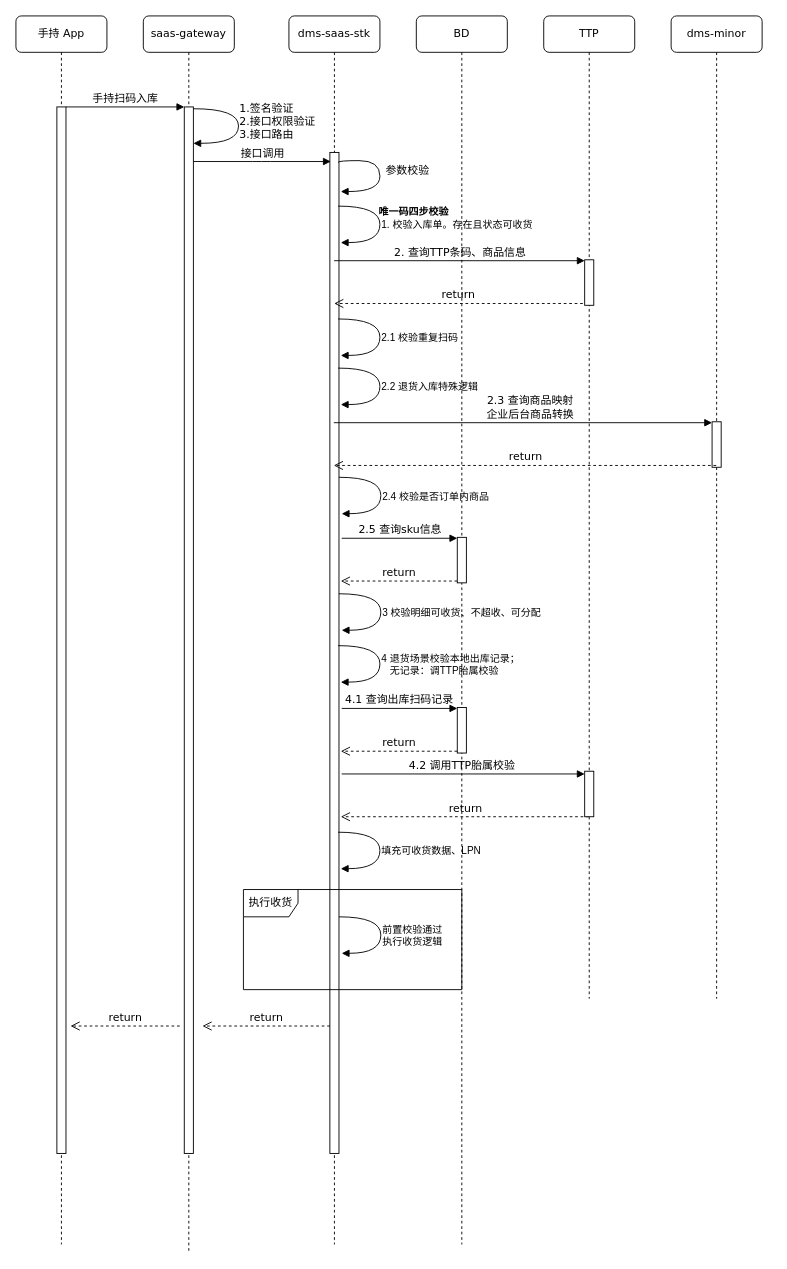
The draw.io diagram file/马牌手持扫码泳道图.drawio in Pzz-2021/learn_server, before the edit. Source tidied: cells renumbered, new cells numbered last; positions are measured from the earlier drawing's top-left corner, leaving out a move shared by most shapes. Both pictures are drawn from the tidied source at 91%, with x=0, y=0 at pixel (15, 15).
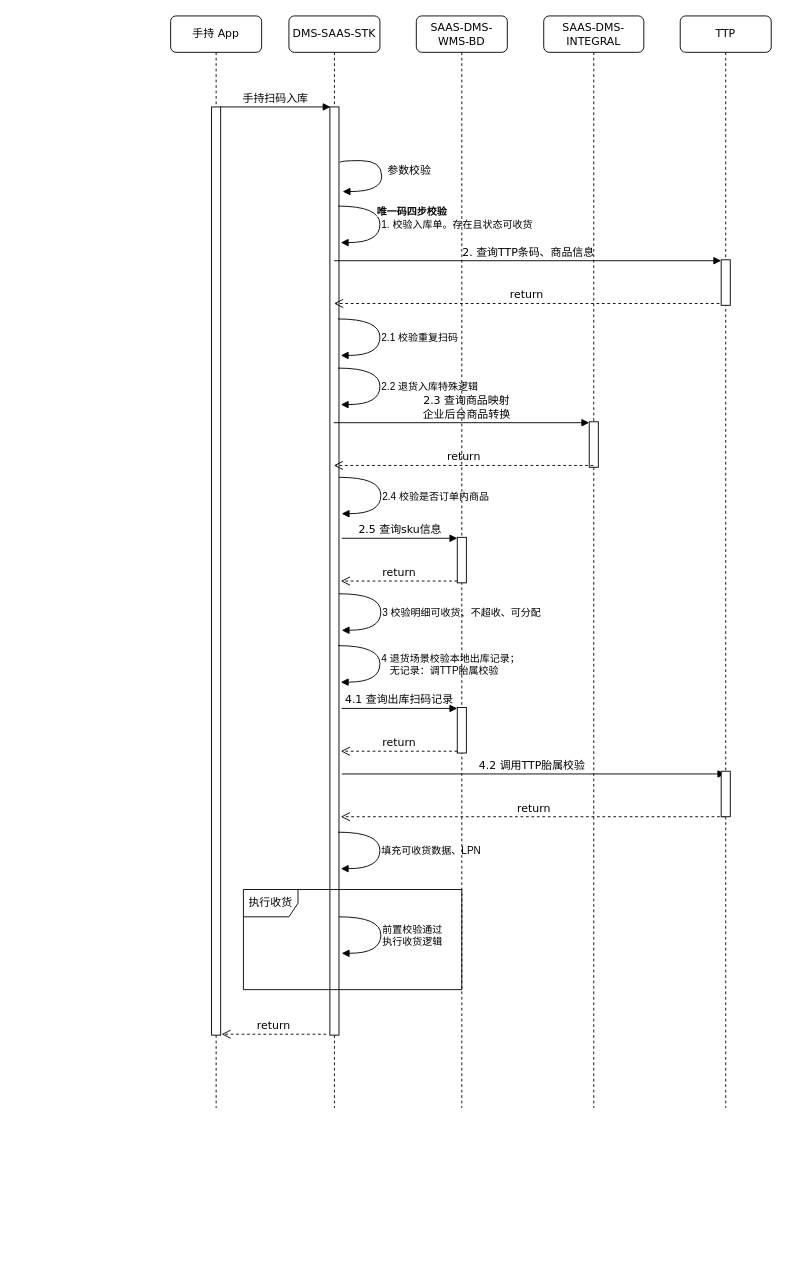
After the change.

Commit message:
更新马牌手持扫码泳道图.drawio

What changed in the source:
```diff
@@
-    <mxCell id="2" value="saas-gateway" style="shape=umlLifeline;perimeter=lifelinePerimeter;whiteSpace=wrap;html=1;rounded=1;shadow=0;comic=0;labelBackgroundColor=none;strokeWidth=1;fontFamily=Verdana;fontSize=12;align=center;" parent="1" vertex="1">
-      <mxGeometry x="140" width="100" height="1360" as="geometry" />
-    </mxCell>
-    <mxCell id="3" style="html=1;points=[];perimeter=orthogonalPerimeter;rounded=0;shadow=0;comic=0;labelBackgroundColor=none;strokeWidth=1;fontFamily=Verdana;fontSize=12;align=center;" parent="2" vertex="1">
-      <mxGeometry x="45" y="100" width="10" height="1150" as="geometry" />
-    </mxCell>
-    <mxCell id="4" value="dms-saas-stk" style="shape=umlLifeline;perimeter=lifelinePerimeter;whiteSpace=wrap;html=1;outlineConnect=0;rounded=1;shadow=0;comic=0;labelBackgroundColor=none;strokeWidth=1;fontFamily=Verdana;fontSize=12;align=center;" parent="1" vertex="1">
-      <mxGeometry x="300" width="100" height="1350" as="geometry" />
+    <mxCell id="4" value="DMS-SAAS-STK" style="shape=umlLifeline;perimeter=lifelinePerimeter;whiteSpace=wrap;html=1;outlineConnect=0;rounded=1;shadow=0;comic=0;labelBackgroundColor=none;strokeWidth=1;fontFamily=Verdana;fontSize=12;align=center;" parent="1" vertex="1">
+      <mxGeometry x="300" width="100" height="1200" as="geometry" />
     </mxCell>
     <mxCell id="5" style="html=1;points=[];perimeter=orthogonalPerimeter;rounded=0;shadow=0;comic=0;labelBackgroundColor=none;strokeWidth=1;fontFamily=Verdana;fontSize=12;align=center;" parent="4" vertex="1">
-      <mxGeometry x="45" y="150" width="10" height="1100" as="geometry" />
+      <mxGeometry x="45" y="100" width="10" height="1020" as="geometry" />
     </mxCell>
-    <mxCell id="6" value="参数校验" style="html=1;verticalAlign=bottom;endArrow=block;labelBackgroundColor=none;fontFamily=Verdana;fontSize=12;elbow=vertical;edgeStyle=orthogonalEdgeStyle;curved=1;exitX=0.9;exitY=0.01;exitPerimeter=0;exitDx=0;exitDy=0;" parent="4" edge="1" source="5">
+    <mxCell id="6" value="参数校验" style="html=1;verticalAlign=bottom;endArrow=block;labelBackgroundColor=none;fontFamily=Verdana;fontSize=12;elbow=vertical;edgeStyle=orthogonalEdgeStyle;curved=1;exitX=0.9;exitY=0.01;exitPerimeter=0;exitDx=0;exitDy=0;" parent="4" edge="1">
       <mxGeometry x="0.09" y="30" relative="1" as="geometry">
-        <mxPoint x="57" y="193" as="targetPoint" />
+        <mxPoint x="56" y="161" as="sourcePoint" />
+        <mxPoint x="59" y="193" as="targetPoint" />
         <Array as="points">
-          <mxPoint x="100" y="159" />
-          <mxPoint x="100" y="193" />
+          <mxPoint x="102" y="159" />
+          <mxPoint x="102" y="193" />
         </Array>
       </mxGeometry>
     </mxCell>
@@
-    <mxCell id="24" value="BD" style="shape=umlLifeline;perimeter=lifelinePerimeter;whiteSpace=wrap;html=1;rounded=1;shadow=0;comic=0;labelBackgroundColor=none;strokeWidth=1;fontFamily=Verdana;fontSize=12;align=center;" parent="1" vertex="1">
-      <mxGeometry x="440" width="100" height="1350" as="geometry" />
+    <mxCell id="24" value="SAAS-DMS-WMS-BD" style="shape=umlLifeline;perimeter=lifelinePerimeter;whiteSpace=wrap;html=1;rounded=1;shadow=0;comic=0;labelBackgroundColor=none;strokeWidth=1;fontFamily=Verdana;fontSize=12;align=center;" parent="1" vertex="1">
+      <mxGeometry x="440" width="100" height="1200" as="geometry" />
     </mxCell>
@@
-    <mxCell id="31" value="4.2 调用TTP胎属校验" style="html=1;verticalAlign=bottom;endArrow=block;labelBackgroundColor=none;fontFamily=Verdana;fontSize=12;entryX=0;entryY=0.02;entryDx=0;entryDy=0;entryPerimeter=0;" parent="24" edge="1">
+    <mxCell id="31" value="4.2 调用TTP胎属校验" style="html=1;verticalAlign=bottom;endArrow=block;labelBackgroundColor=none;fontFamily=Verdana;fontSize=12;" parent="24" edge="1" target="33">
       <mxGeometry x="-0.01" relative="1" as="geometry">
         <mxPoint x="-82" y="833" as="sourcePoint" />
-        <mxPoint x="185" y="833" as="targetPoint" />
       </mxGeometry>
     </mxCell>
-    <mxCell id="32" value="return" style="html=1;verticalAlign=bottom;endArrow=open;dashed=1;endSize=8;labelBackgroundColor=none;fontFamily=Verdana;fontSize=12;" parent="24" edge="1">
+    <mxCell id="32" value="return" style="html=1;verticalAlign=bottom;endArrow=open;dashed=1;endSize=8;labelBackgroundColor=none;fontFamily=Verdana;fontSize=12;" parent="24" edge="1" source="33">
       <mxGeometry relative="1" as="geometry">
-        <mxPoint x="189.5" y="880" as="sourcePoint" />
         <mxPoint x="-83" y="880" as="targetPoint" />
       </mxGeometry>
     </mxCell>
+    <mxCell id="45" value="&lt;span style=&quot;font-size: 11px; text-align: left; background-color: rgb(255, 255, 255);&quot;&gt;&lt;b&gt;唯一码四步校验&lt;/b&gt;&lt;/span&gt;" style="text;html=1;align=center;verticalAlign=middle;strokeColor=none;fillColor=none;" parent="24" vertex="1">
+      <mxGeometry x="-55" y="200" width="100" height="30" as="geometry" />
+    </mxCell>
     <mxCell id="33" value="TTP" style="shape=umlLifeline;perimeter=lifelinePerimeter;whiteSpace=wrap;html=1;outlineConnect=0;rounded=1;shadow=0;comic=0;labelBackgroundColor=none;strokeWidth=1;fontFamily=Verdana;fontSize=12;align=center;" parent="1" vertex="1">
-      <mxGeometry x="580" width="100" height="1080" as="geometry" />
+      <mxGeometry x="730" width="100" height="1200" as="geometry" />
     </mxCell>
@@
-    <mxCell id="35" value="return" style="html=1;verticalAlign=bottom;endArrow=open;dashed=1;endSize=8;labelBackgroundColor=none;fontFamily=Verdana;fontSize=12;" parent="33" edge="1">
+    <mxCell id="35" value="return" style="html=1;verticalAlign=bottom;endArrow=open;dashed=1;endSize=8;labelBackgroundColor=none;fontFamily=Verdana;fontSize=12;" parent="33" edge="1" target="4">
       <mxGeometry relative="1" as="geometry">
         <mxPoint x="43" y="316" as="sourcePoint" />
-        <mxPoint x="-230.3" y="316" as="targetPoint" />
       </mxGeometry>
     </mxCell>
@@
-    <mxCell id="37" value="dms-minor" style="shape=umlLifeline;perimeter=lifelinePerimeter;whiteSpace=wrap;html=1;outlineConnect=0;rounded=1;shadow=0;comic=0;labelBackgroundColor=none;strokeWidth=1;fontFamily=Verdana;fontSize=12;align=center;" parent="1" vertex="1">
-      <mxGeometry x="720" width="100" height="1080" as="geometry" />
+    <mxCell id="37" value="SAAS-DMS-INTEGRAL" style="shape=umlLifeline;perimeter=lifelinePerimeter;whiteSpace=wrap;html=1;outlineConnect=0;rounded=1;shadow=0;comic=0;labelBackgroundColor=none;strokeWidth=1;fontFamily=Verdana;fontSize=12;align=center;" parent="1" vertex="1">
+      <mxGeometry x="580" width="110" height="1200" as="geometry" />
     </mxCell>
     <mxCell id="38" style="html=1;points=[];perimeter=orthogonalPerimeter;rounded=0;shadow=0;comic=0;labelBackgroundColor=none;strokeWidth=1;fontFamily=Verdana;fontSize=12;align=center;" parent="37" vertex="1">
-      <mxGeometry x="45" y="446" width="10" height="50" as="geometry" />
+      <mxGeometry x="50" y="446" width="10" height="50" as="geometry" />
     </mxCell>
     <mxCell id="39" value="手持 App" style="shape=umlLifeline;perimeter=lifelinePerimeter;whiteSpace=wrap;html=1;rounded=1;shadow=0;comic=0;labelBackgroundColor=none;strokeWidth=1;fontFamily=Verdana;fontSize=12;align=center;" parent="1" vertex="1">
-      <mxGeometry width="100" height="1350" as="geometry" />
+      <mxGeometry x="170" width="100" height="1200" as="geometry" />
     </mxCell>
     <mxCell id="40" style="html=1;points=[];perimeter=orthogonalPerimeter;rounded=0;shadow=0;comic=0;labelBackgroundColor=none;strokeWidth=1;fontFamily=Verdana;fontSize=12;align=center;" parent="39" vertex="1">
-      <mxGeometry x="45" y="100" width="10" height="1150" as="geometry" />
+      <mxGeometry x="45" y="100" width="10" height="1020" as="geometry" />
     </mxCell>
-    <mxCell id="41" value="接口调用" style="html=1;verticalAlign=bottom;endArrow=block;labelBackgroundColor=none;fontFamily=Verdana;fontSize=12;edgeStyle=elbowEdgeStyle;elbow=vertical;" parent="1" edge="1">
-      <mxGeometry relative="1" as="geometry">
-        <mxPoint x="195" y="160" as="sourcePoint" />
-        <mxPoint x="346" y="160" as="targetPoint" />
-        <Array as="points">
-          <mxPoint x="270" y="160" />
-        </Array>
-      </mxGeometry>
-    </mxCell>
-    <mxCell id="42" value="手持扫码入库" style="html=1;verticalAlign=bottom;endArrow=block;entryX=0;entryY=0;labelBackgroundColor=none;fontFamily=Verdana;fontSize=12;edgeStyle=elbowEdgeStyle;elbow=vertical;" parent="1" edge="1" source="40" target="3">
-      <mxGeometry relative="1" as="geometry" />
+    <mxCell id="42" value="手持扫码入库" style="html=1;verticalAlign=bottom;endArrow=block;entryX=0.067;entryY=0.006;labelBackgroundColor=none;fontFamily=Verdana;fontSize=12;edgeStyle=elbowEdgeStyle;elbow=vertical;entryDx=0;entryDy=0;entryPerimeter=0;" parent="1" edge="1">
+      <mxGeometry relative="1" as="geometry">
+        <mxPoint x="225" y="100" as="sourcePoint" />
+        <mxPoint x="345.7" y="99.9" as="targetPoint" />
+      </mxGeometry>
     </mxCell>
-    <mxCell id="43" value="1.签名验证&lt;br&gt;2.接口权限验证&lt;br&gt;3.接口路由" style="html=1;verticalAlign=bottom;endArrow=block;labelBackgroundColor=none;fontFamily=Verdana;fontSize=12;elbow=vertical;edgeStyle=orthogonalEdgeStyle;curved=1;align=left;" parent="1" edge="1">
-      <mxGeometry x="0.28" relative="1" as="geometry">
-        <mxPoint x="195" y="102" as="sourcePoint" />
-        <mxPoint x="195" y="140" as="targetPoint" />
-        <Array as="points">
-          <mxPoint x="244.6" y="102" />
-          <mxPoint x="244.6" y="140" />
-        </Array>
-      </mxGeometry>
-    </mxCell>
-    <mxCell id="44" value="return" style="html=1;verticalAlign=bottom;endArrow=open;dashed=1;endSize=8;labelBackgroundColor=none;fontFamily=Verdana;fontSize=12;" parent="1" edge="1">
-      <mxGeometry relative="1" as="geometry">
-        <mxPoint x="180" y="1110" as="sourcePoint" />
-        <mxPoint x="60" y="1110" as="targetPoint" />
-      </mxGeometry>
-    </mxCell>
-    <mxCell id="45" value="&lt;span style=&quot;font-size: 11px; text-align: left; background-color: rgb(255, 255, 255);&quot;&gt;&lt;b&gt;唯一码四步校验&lt;/b&gt;&lt;/span&gt;" style="text;html=1;align=center;verticalAlign=middle;strokeColor=none;fillColor=none;" parent="1" vertex="1">
-      <mxGeometry x="387" y="200" width="100" height="30" as="geometry" />
-    </mxCell>
@@
-    <mxCell id="47" value="return" style="html=1;verticalAlign=bottom;endArrow=open;dashed=1;endSize=8;labelBackgroundColor=none;fontFamily=Verdana;fontSize=12;" parent="1" edge="1">
+    <mxCell id="47" value="return" style="html=1;verticalAlign=bottom;endArrow=open;dashed=1;endSize=8;labelBackgroundColor=none;fontFamily=Verdana;fontSize=12;" parent="1" edge="1" source="37">
       <mxGeometry relative="1" as="geometry">
-        <mxPoint x="769.5" y="494" as="sourcePoint" />
         <mxPoint x="349.3" y="494" as="targetPoint" />
       </mxGeometry>
     </mxCell>
@@
     <mxCell id="49" value="return" style="html=1;verticalAlign=bottom;endArrow=open;dashed=1;endSize=8;labelBackgroundColor=none;fontFamily=Verdana;fontSize=12;" parent="1" edge="1">
       <mxGeometry relative="1" as="geometry">
-        <mxPoint x="345" y="1110" as="sourcePoint" />
-        <mxPoint x="205" y="1110" as="targetPoint" />
+        <mxPoint x="341" y="1119" as="sourcePoint" />
+        <mxPoint x="226" y="1119" as="targetPoint" />
       </mxGeometry>
     </mxCell>
```
